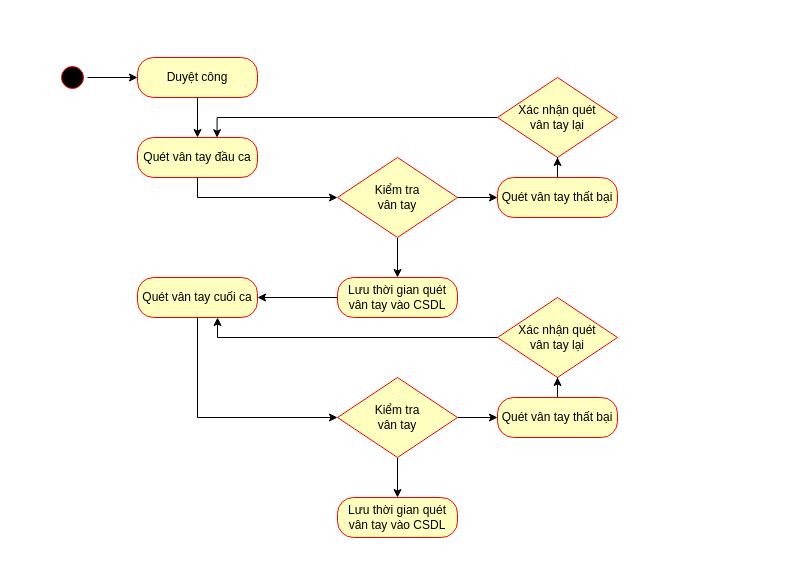
Above: Sơ đồ hoạt động UC duyệt công.drawio in HaojackYT/DAA_SA (draw.io), before the change. Source tidied: cells renumbered, new cells numbered last; positions are measured from the earlier drawing's top-left corner, leaving out a move shared by most shapes. Both pictures are drawn from the tidied source at 100%, with x=0, y=0 at pixel (57, 57).
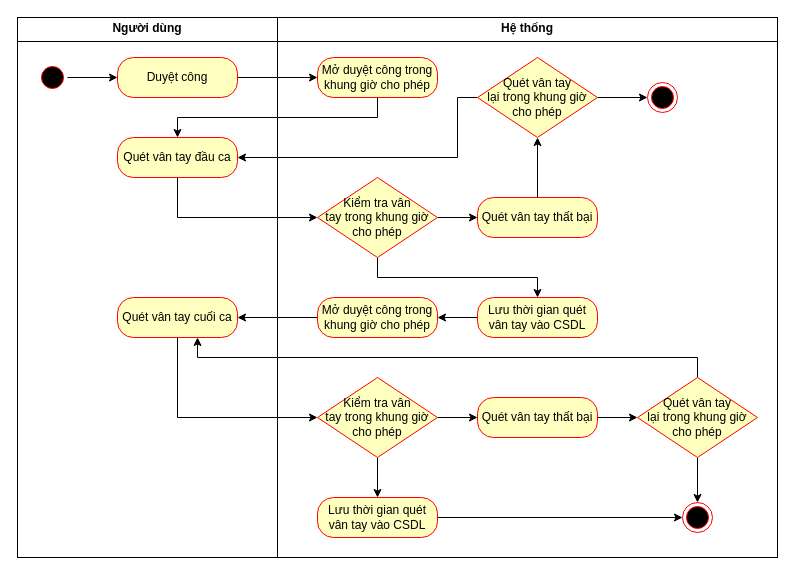
After the change.

Diff of the diagram source:
```diff
@@
+    <mxCell id="27" value="&lt;p style=&quot;margin:0px;margin-top:4px;text-align:center;&quot;&gt;&lt;b&gt;Hệ thống&lt;/b&gt;&lt;/p&gt;&lt;hr size=&quot;1&quot; style=&quot;border-style:solid;&quot;&gt;&lt;div style=&quot;height:2px;&quot;&gt;&lt;/div&gt;" style="verticalAlign=top;align=left;overflow=fill;html=1;whiteSpace=wrap;" parent="1" vertex="1">
+      <mxGeometry x="220" y="-40" width="500" height="540" as="geometry" />
+    </mxCell>
+    <mxCell id="28" value="&lt;p style=&quot;margin:0px;margin-top:4px;text-align:center;&quot;&gt;&lt;b&gt;Người dùng&lt;/b&gt;&lt;/p&gt;&lt;hr size=&quot;1&quot; style=&quot;border-style:solid;&quot;&gt;&lt;div style=&quot;height:2px;&quot;&gt;&lt;/div&gt;" style="verticalAlign=top;align=left;overflow=fill;html=1;whiteSpace=wrap;" parent="1" vertex="1">
+      <mxGeometry x="-40" y="-40" width="260" height="540" as="geometry" />
+    </mxCell>
@@
     <mxCell id="3" style="ellipse;html=1;shape=startState;fillColor=#000000;strokeColor=#ff0000;" parent="1" vertex="1">
-      <mxGeometry y="5" width="30" height="30" as="geometry" />
+      <mxGeometry x="-20" y="5" width="30" height="30" as="geometry" />
     </mxCell>
-    <mxCell id="4" style="edgeStyle=orthogonalEdgeStyle;rounded=0;jettySize=auto;html=1;" parent="1" edge="1" source="5" target="7">
-      <mxGeometry relative="1" as="geometry" />
-    </mxCell>
+    <mxCell id="29" style="edgeStyle=orthogonalEdgeStyle;rounded=0;jettySize=auto;html=1;" parent="1" edge="1" source="5" target="35">
+      <mxGeometry relative="1" as="geometry" />
+    </mxCell>
     <mxCell id="5" value="Duyệt công" style="rounded=1;whiteSpace=wrap;html=1;arcSize=40;fontColor=#000000;fillColor=#ffffc0;strokeColor=#ff0000;" parent="1" vertex="1">
-      <mxGeometry x="80" width="120" height="40" as="geometry" />
+      <mxGeometry x="60" width="120" height="40" as="geometry" />
     </mxCell>
-    <mxCell id="6" style="edgeStyle=orthogonalEdgeStyle;rounded=0;jettySize=auto;html=1;entryX=0;entryY=0.5;entryDx=0;entryDy=0;" parent="1" edge="1" source="7" target="10">
+    <mxCell id="6" style="edgeStyle=orthogonalEdgeStyle;rounded=0;jettySize=auto;html=1;" parent="1" edge="1" source="7" target="10">
       <mxGeometry relative="1" as="geometry">
         <Array as="points">
-          <mxPoint x="140" y="140" />
+          <mxPoint x="120" y="160" />
         </Array>
       </mxGeometry>
     </mxCell>
     <mxCell id="7" value="Quét vân tay đầu ca" style="rounded=1;whiteSpace=wrap;html=1;arcSize=40;fontColor=#000000;fillColor=#ffffc0;strokeColor=#ff0000;" parent="1" vertex="1">
-      <mxGeometry x="80" y="80" width="120" height="40" as="geometry" />
+      <mxGeometry x="60" y="80" width="120" height="40" as="geometry" />
     </mxCell>
@@
     <mxCell id="9" style="edgeStyle=orthogonalEdgeStyle;rounded=0;jettySize=auto;html=1;" parent="1" edge="1" source="10" target="16">
-      <mxGeometry relative="1" as="geometry" />
+      <mxGeometry relative="1" as="geometry">
+        <Array as="points">
+          <mxPoint x="320" y="220" />
+          <mxPoint x="480" y="220" />
+        </Array>
+      </mxGeometry>
     </mxCell>
-    <mxCell id="10" value="Kiểm tra&lt;br&gt;vân tay" style="rhombus;whiteSpace=wrap;html=1;fontColor=#000000;fillColor=#ffffc0;strokeColor=#ff0000;" parent="1" vertex="1">
-      <mxGeometry x="280" y="100" width="120" height="80" as="geometry" />
+    <mxCell id="10" value="Kiểm tra vân&lt;br&gt;tay&amp;nbsp;&lt;span style=&quot;background-color: transparent; color: light-dark(rgb(0, 0, 0), rgb(237, 237, 237));&quot;&gt;trong khung giờ&lt;/span&gt;&lt;div&gt;&lt;div&gt;cho phép&lt;/div&gt;&lt;/div&gt;" style="rhombus;whiteSpace=wrap;html=1;fontColor=#000000;fillColor=#ffffc0;strokeColor=#ff0000;" parent="1" vertex="1">
+      <mxGeometry x="260" y="120" width="120" height="80" as="geometry" />
     </mxCell>
-    <mxCell id="11" style="edgeStyle=orthogonalEdgeStyle;rounded=0;jettySize=auto;html=1;entryX=0.663;entryY=0.005;entryDx=0;entryDy=0;entryPerimeter=0;exitX=0;exitY=0.5;exitDx=0;exitDy=0;" parent="1" edge="1" source="12" target="7">
+    <mxCell id="11" style="edgeStyle=orthogonalEdgeStyle;rounded=0;jettySize=auto;html=1;entryX=1;entryY=0.5;entryDx=0;entryDy=0;" parent="1" edge="1" source="12" target="7">
       <mxGeometry relative="1" as="geometry">
         <Array as="points">
-          <mxPoint x="160" y="60" />
+          <mxPoint x="400" y="40" />
+          <mxPoint x="400" y="100" />
         </Array>
       </mxGeometry>
     </mxCell>
+    <mxCell id="30" style="edgeStyle=orthogonalEdgeStyle;rounded=0;jettySize=auto;html=1;" parent="1" edge="1" source="12" target="39">
+      <mxGeometry relative="1" as="geometry" />
+    </mxCell>
-    <mxCell id="12" value="Xác nhận quét&lt;br&gt;vân tay lại" style="rhombus;whiteSpace=wrap;html=1;fontColor=#000000;fillColor=#ffffc0;strokeColor=#FF0000;" parent="1" vertex="1">
-      <mxGeometry x="440" y="20" width="120" height="80" as="geometry" />
+    <mxCell id="12" value="Quét vân tay&lt;br&gt;lại trong khung giờ&lt;div&gt;cho phép&lt;/div&gt;" style="rhombus;whiteSpace=wrap;html=1;fontColor=#000000;fillColor=#ffffc0;strokeColor=#FF0000;" parent="1" vertex="1">
+      <mxGeometry x="420" width="120" height="80" as="geometry" />
     </mxCell>
@@
     <mxCell id="14" value="Quét vân tay thất bại" style="rounded=1;whiteSpace=wrap;html=1;arcSize=40;fontColor=#000000;fillColor=#ffffc0;strokeColor=#ff0000;" parent="1" vertex="1">
-      <mxGeometry x="440" y="120" width="120" height="40" as="geometry" />
+      <mxGeometry x="420" y="140" width="120" height="40" as="geometry" />
     </mxCell>
-    <mxCell id="15" style="edgeStyle=orthogonalEdgeStyle;rounded=0;jettySize=auto;html=1;" parent="1" edge="1" source="16">
-      <mxGeometry relative="1" as="geometry">
-        <mxPoint x="200" y="240" as="targetPoint" />
-        <Array as="points">
-          <mxPoint x="200" y="240" />
-          <mxPoint x="200" y="240" />
-        </Array>
-      </mxGeometry>
-    </mxCell>
+    <mxCell id="31" style="edgeStyle=orthogonalEdgeStyle;rounded=0;jettySize=auto;html=1;" parent="1" edge="1" source="16" target="37">
+      <mxGeometry relative="1" as="geometry" />
+    </mxCell>
     <mxCell id="16" value="Lưu thời gian quét vân tay vào CSDL" style="rounded=1;whiteSpace=wrap;html=1;arcSize=40;fontColor=#000000;fillColor=#ffffc0;strokeColor=#ff0000;" parent="1" vertex="1">
-      <mxGeometry x="280" y="220" width="120" height="40" as="geometry" />
+      <mxGeometry x="420" y="240" width="120" height="40" as="geometry" />
     </mxCell>
     <mxCell id="17" style="edgeStyle=orthogonalEdgeStyle;rounded=0;jettySize=auto;html=1;entryX=0;entryY=0.5;entryDx=0;entryDy=0;" parent="1" edge="1" source="18" target="21">
       <mxGeometry relative="1" as="geometry">
         <Array as="points">
-          <mxPoint x="140" y="360" />
+          <mxPoint x="120" y="360" />
         </Array>
       </mxGeometry>
     </mxCell>
     <mxCell id="18" value="Quét vân tay cuối ca" style="rounded=1;whiteSpace=wrap;html=1;arcSize=40;fontColor=#000000;fillColor=#ffffc0;strokeColor=#ff0000;" parent="1" vertex="1">
-      <mxGeometry x="80" y="220" width="120" height="40" as="geometry" />
+      <mxGeometry x="60" y="240" width="120" height="40" as="geometry" />
     </mxCell>
@@
-    <mxCell id="21" value="Kiểm tra&lt;br&gt;vân tay" style="rhombus;whiteSpace=wrap;html=1;fontColor=#000000;fillColor=#ffffc0;strokeColor=#ff0000;" parent="1" vertex="1">
-      <mxGeometry x="280" y="320" width="120" height="80" as="geometry" />
+    <mxCell id="21" value="Kiểm tra vân&lt;br&gt;tay&amp;nbsp;&lt;span style=&quot;color: light-dark(rgb(0, 0, 0), rgb(237, 237, 237)); background-color: transparent;&quot;&gt;trong khung giờ&lt;/span&gt;&lt;div&gt;cho phép&lt;/div&gt;" style="rhombus;whiteSpace=wrap;html=1;fontColor=#000000;fillColor=#ffffc0;strokeColor=#ff0000;" parent="1" vertex="1">
+      <mxGeometry x="260" y="320" width="120" height="80" as="geometry" />
     </mxCell>
+    <mxCell id="32" style="edgeStyle=orthogonalEdgeStyle;rounded=0;jettySize=auto;html=1;" parent="1" edge="1" source="22" target="38">
+      <mxGeometry relative="1" as="geometry" />
+    </mxCell>
-    <mxCell id="22" value="Xác nhận quét&lt;br&gt;vân tay lại" style="rhombus;whiteSpace=wrap;html=1;fontColor=#000000;fillColor=#ffffc0;strokeColor=#FF0000;" parent="1" vertex="1">
-      <mxGeometry x="440" y="240" width="120" height="80" as="geometry" />
+    <mxCell id="22" value="Quét vân tay&lt;br&gt;lại trong khung giờ&lt;div&gt;cho phép&lt;/div&gt;" style="rhombus;whiteSpace=wrap;html=1;fontColor=#000000;fillColor=#ffffc0;strokeColor=#FF0000;" parent="1" vertex="1">
+      <mxGeometry x="580" y="320" width="120" height="80" as="geometry" />
     </mxCell>
@@
     <mxCell id="24" value="Quét vân tay thất bại" style="rounded=1;whiteSpace=wrap;html=1;arcSize=40;fontColor=#000000;fillColor=#ffffc0;strokeColor=#ff0000;" parent="1" vertex="1">
-      <mxGeometry x="440" y="340" width="120" height="40" as="geometry" />
+      <mxGeometry x="420" y="340" width="120" height="40" as="geometry" />
     </mxCell>
+    <mxCell id="33" style="edgeStyle=orthogonalEdgeStyle;rounded=0;jettySize=auto;html=1;entryX=0;entryY=0.5;entryDx=0;entryDy=0;" parent="1" edge="1" source="25" target="38">
+      <mxGeometry relative="1" as="geometry" />
+    </mxCell>
     <mxCell id="25" value="Lưu thời gian quét vân tay vào CSDL" style="rounded=1;whiteSpace=wrap;html=1;arcSize=40;fontColor=#000000;fillColor=#ffffc0;strokeColor=#ff0000;" parent="1" vertex="1">
-      <mxGeometry x="280" y="440" width="120" height="40" as="geometry" />
+      <mxGeometry x="260" y="440" width="120" height="40" as="geometry" />
     </mxCell>
+    <mxCell id="34" style="edgeStyle=orthogonalEdgeStyle;rounded=0;jettySize=auto;html=1;entryX=0.5;entryY=0;entryDx=0;entryDy=0;" parent="1" edge="1" source="35" target="7">
+      <mxGeometry relative="1" as="geometry">
+        <Array as="points">
+          <mxPoint x="320" y="60" />
+          <mxPoint x="120" y="60" />
+        </Array>
+      </mxGeometry>
+    </mxCell>
+    <mxCell id="35" value="Mở duyệt công trong khung giờ cho phép" style="rounded=1;whiteSpace=wrap;html=1;arcSize=40;fontColor=#000000;fillColor=#ffffc0;strokeColor=#ff0000;" parent="1" vertex="1">
+      <mxGeometry x="260" width="120" height="40" as="geometry" />
+    </mxCell>
+    <mxCell id="36" style="edgeStyle=orthogonalEdgeStyle;rounded=0;jettySize=auto;html=1;" parent="1" edge="1" source="37" target="18">
+      <mxGeometry relative="1" as="geometry" />
+    </mxCell>
+    <mxCell id="37" value="Mở duyệt công trong khung giờ cho phép" style="rounded=1;whiteSpace=wrap;html=1;arcSize=40;fontColor=#000000;fillColor=#ffffc0;strokeColor=#ff0000;" parent="1" vertex="1">
+      <mxGeometry x="260" y="240" width="120" height="40" as="geometry" />
+    </mxCell>
     <mxCell id="26" style="edgeStyle=orthogonalEdgeStyle;rounded=0;jettySize=auto;html=1;entryX=0.667;entryY=1;entryDx=0;entryDy=0;entryPerimeter=0;" parent="1" edge="1" source="22" target="18">
-      <mxGeometry relative="1" as="geometry" />
+      <mxGeometry relative="1" as="geometry">
+        <Array as="points">
+          <mxPoint x="640" y="300" />
+          <mxPoint x="140" y="300" />
+        </Array>
+      </mxGeometry>
     </mxCell>
+    <mxCell id="38" style="ellipse;html=1;shape=endState;fillColor=#000000;strokeColor=#ff0000;" parent="1" vertex="1">
+      <mxGeometry x="625" y="445" width="30" height="30" as="geometry" />
+    </mxCell>
+    <mxCell id="39" style="ellipse;html=1;shape=endState;fillColor=#000000;strokeColor=#ff0000;" parent="1" vertex="1">
+      <mxGeometry x="590" y="25" width="30" height="30" as="geometry" />
+    </mxCell>
```
